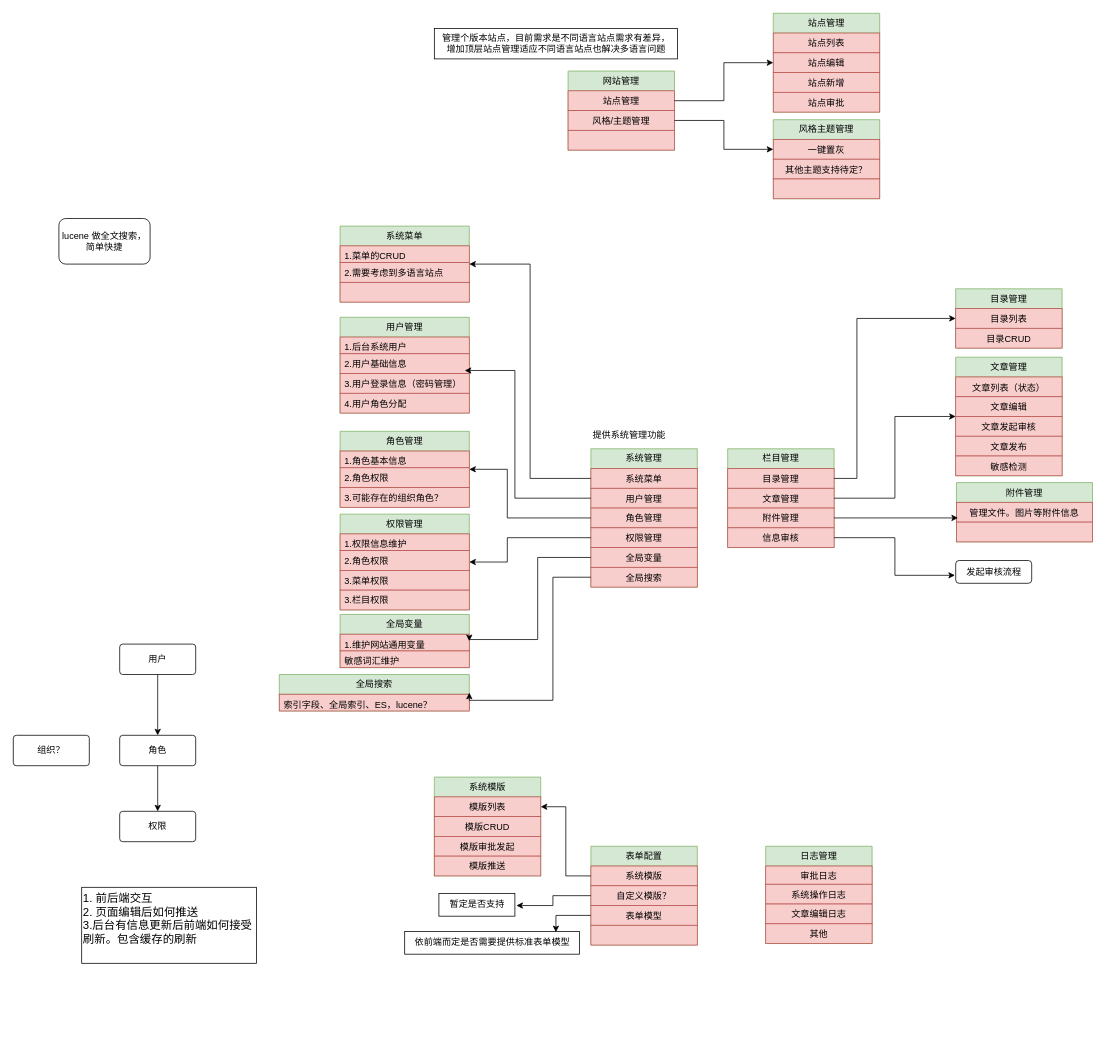
Before: page "CMS技术架构" (3 of 4) of design-uml/thought work.drawio in alvin-zj/MyUml, a draw.io diagram. Source tidied: cells renumbered, new cells numbered last; positions are measured from the earlier drawing's top-left corner, leaving out a move shared by most shapes. Both pictures are drawn from the tidied source at 76%, with x=0, y=0 at pixel (13, 13).
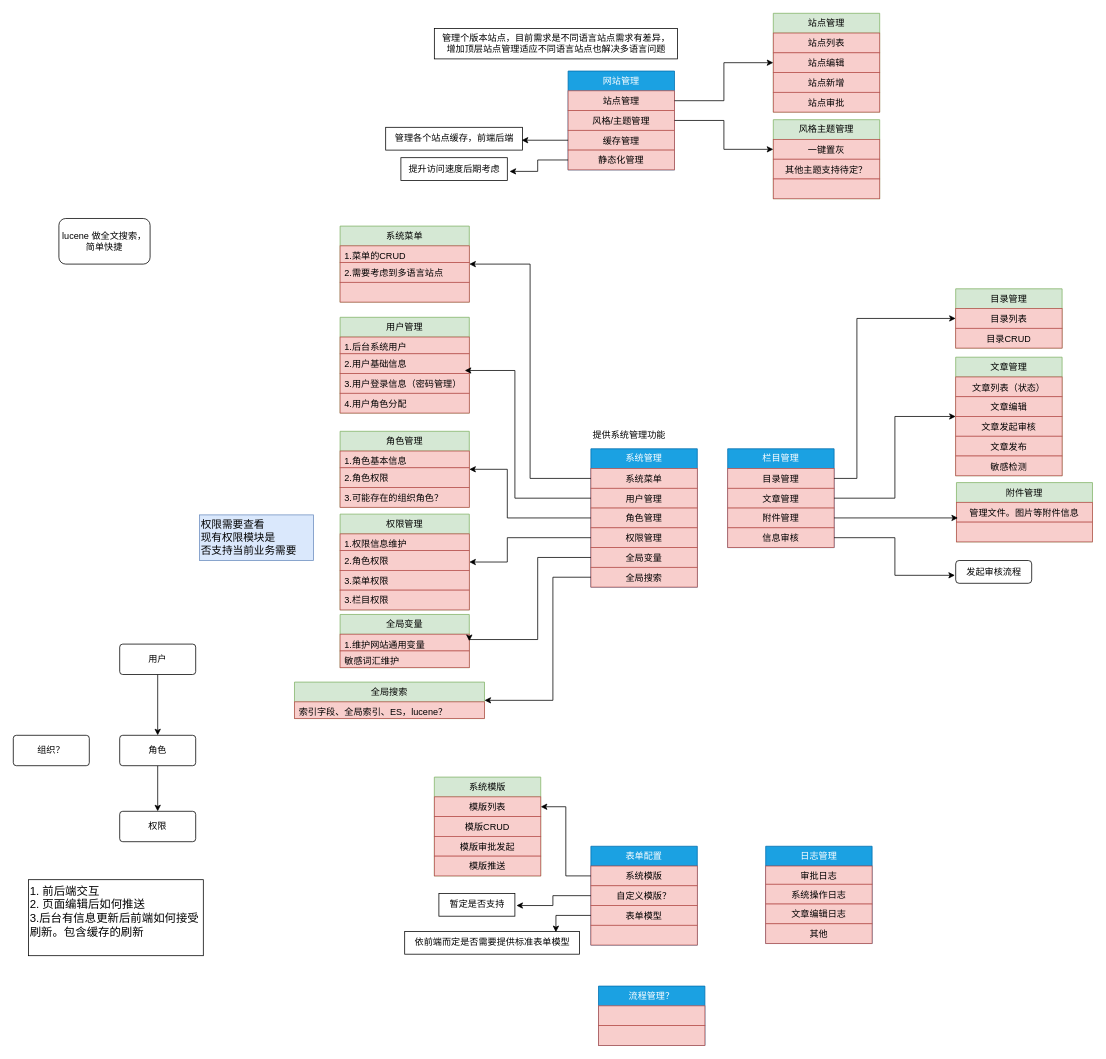
The same diagram, later.

Diff of the diagram source:
```diff
@@
-    <mxCell id="2" value="系统管理" style="swimlane;fontStyle=0;horizontal=1;startSize=26;fillColor=#d5e8d4;whiteSpace=wrap;html=1;strokeColor=#82b366;" parent="1" vertex="1">
+    <mxCell id="2" value="系统管理" style="swimlane;fontStyle=0;horizontal=1;startSize=26;fillColor=#1ba1e2;whiteSpace=wrap;html=1;strokeColor=#006EAF;fontColor=#ffffff;" parent="1" vertex="1">
       <mxGeometry x="760" y="573" width="140" height="182" as="geometry" />
     </mxCell>
@@
-    <mxCell id="9" value="网站管理" style="swimlane;fontStyle=0;horizontal=1;startSize=26;fillColor=#d5e8d4;whiteSpace=wrap;html=1;strokeColor=#82b366;" parent="1" vertex="1">
-      <mxGeometry x="730" y="76" width="140" height="104" as="geometry" />
+    <mxCell id="9" value="网站管理" style="swimlane;fontStyle=0;horizontal=1;startSize=26;fillColor=#1ba1e2;whiteSpace=wrap;html=1;strokeColor=#006EAF;fontColor=#ffffff;" parent="1" vertex="1">
+      <mxGeometry x="730" y="76" width="140" height="130" as="geometry" />
     </mxCell>
@@
-    <mxCell id="12" style="text;strokeColor=#b85450;fillColor=#f8cecc;align=center;verticalAlign=top;spacingLeft=4;spacingRight=4;overflow=hidden;points=[[0,0.5],[1,0.5]];portConstraint=eastwest;whiteSpace=wrap;html=1;" parent="9" vertex="1">
+    <mxCell id="12" value="缓存管理" style="text;strokeColor=#b85450;fillColor=#f8cecc;align=center;verticalAlign=top;spacingLeft=4;spacingRight=4;overflow=hidden;points=[[0,0.5],[1,0.5]];portConstraint=eastwest;whiteSpace=wrap;html=1;" parent="9" vertex="1">
       <mxGeometry y="78" width="140" height="26" as="geometry" />
     </mxCell>
+    <mxCell id="105" value="静态化管理" style="text;strokeColor=#b85450;fillColor=#f8cecc;align=center;verticalAlign=top;spacingLeft=4;spacingRight=4;overflow=hidden;points=[[0,0.5],[1,0.5]];portConstraint=eastwest;whiteSpace=wrap;html=1;" parent="9" vertex="1">
+      <mxGeometry y="104" width="140" height="26" as="geometry" />
+    </mxCell>
-    <mxCell id="13" value="栏目管理" style="swimlane;fontStyle=0;horizontal=1;startSize=26;fillColor=#d5e8d4;whiteSpace=wrap;html=1;strokeColor=#82b366;" parent="1" vertex="1">
+    <mxCell id="13" value="栏目管理" style="swimlane;fontStyle=0;horizontal=1;startSize=26;fillColor=#1ba1e2;whiteSpace=wrap;html=1;strokeColor=#006EAF;fontColor=#ffffff;" parent="1" vertex="1">
       <mxGeometry x="940" y="573" width="140" height="130" as="geometry" />
     </mxCell>
@@
-    <mxCell id="18" value="表单配置" style="swimlane;fontStyle=0;horizontal=1;startSize=26;fillColor=#d5e8d4;whiteSpace=wrap;html=1;strokeColor=#82b366;" parent="1" vertex="1">
+    <mxCell id="18" value="表单配置" style="swimlane;fontStyle=0;horizontal=1;startSize=26;fillColor=#1ba1e2;whiteSpace=wrap;html=1;strokeColor=#006EAF;fontColor=#ffffff;" parent="1" vertex="1">
       <mxGeometry x="760" y="1096" width="140" height="130" as="geometry" />
     </mxCell>
@@
     <mxCell id="59" value="全局搜索" style="swimlane;fontStyle=0;horizontal=1;startSize=26;fillColor=#d5e8d4;whiteSpace=wrap;html=1;strokeColor=#82b366;" parent="1" vertex="1">
-      <mxGeometry x="350" y="870" width="250" height="48" as="geometry" />
+      <mxGeometry x="370" y="880" width="250" height="48" as="geometry" />
     </mxCell>
@@
     <mxCell id="65" value="1. 前后端交互&lt;div&gt;2. 页面编辑后如何推送&lt;/div&gt;&lt;div&gt;3.后台有信息更新后前端如何接受刷新。包含缓存的刷新&lt;/div&gt;&lt;div&gt;&lt;br&gt;&lt;/div&gt;" style="whiteSpace=wrap;html=1;align=left;fontSize=15;" parent="1" vertex="1">
-      <mxGeometry x="90" y="1150" width="230" height="100" as="geometry" />
+      <mxGeometry x="20" y="1140" width="230" height="100" as="geometry" />
     </mxCell>
@@
-    <mxCell id="99" value="日志管理" style="swimlane;fontStyle=0;horizontal=1;startSize=26;fillColor=#d5e8d4;whiteSpace=wrap;html=1;strokeColor=#82b366;" parent="1" vertex="1">
+    <mxCell id="99" value="日志管理" style="swimlane;fontStyle=0;horizontal=1;startSize=26;fillColor=#1ba1e2;whiteSpace=wrap;html=1;strokeColor=#006EAF;fontColor=#ffffff;" parent="1" vertex="1">
       <mxGeometry x="990" y="1096" width="140" height="128" as="geometry" />
     </mxCell>
@@
+    <mxCell id="106" value="权限需要查看&lt;div&gt;现有权限模块是&lt;/div&gt;&lt;div&gt;否支持当前业务需要&lt;/div&gt;" style="text;html=1;align=left;verticalAlign=middle;strokeColor=#6c8ebf;fillColor=#dae8fc;fontSize=14;" parent="1" vertex="1">
+      <mxGeometry x="245" y="660" width="150" height="60" as="geometry" />
+    </mxCell>
+    <mxCell id="107" value="管理各个站点缓存，前端后端" style="text;html=1;align=center;verticalAlign=middle;points=[];strokeColor=default;fillColor=none;" parent="1" vertex="1">
+      <mxGeometry x="490" y="150" width="180" height="30" as="geometry" />
+    </mxCell>
+    <mxCell id="108" style="edgeStyle=orthogonalEdgeStyle;rounded=0;jettySize=auto;html=1;entryX=0.994;entryY=0.567;entryDx=0;entryDy=0;entryPerimeter=0;" parent="1" edge="1" source="12" target="107">
+      <mxGeometry relative="1" as="geometry" />
+    </mxCell>
+    <mxCell id="109" value="提升访问速度后期考虑" style="text;html=1;align=center;verticalAlign=middle;points=[];strokeColor=default;fillColor=none;" parent="1" vertex="1">
+      <mxGeometry x="510" y="190" width="140" height="30" as="geometry" />
+    </mxCell>
+    <mxCell id="110" style="edgeStyle=orthogonalEdgeStyle;rounded=0;jettySize=auto;html=1;entryX=1.021;entryY=0.6;entryDx=0;entryDy=0;entryPerimeter=0;" parent="1" edge="1" source="105" target="109">
+      <mxGeometry relative="1" as="geometry" />
+    </mxCell>
+    <mxCell id="111" value="流程管理？" style="swimlane;fontStyle=0;horizontal=1;startSize=26;fillColor=#1ba1e2;whiteSpace=wrap;html=1;strokeColor=#006EAF;fontColor=#ffffff;" parent="1" vertex="1">
+      <mxGeometry x="770" y="1280" width="140" height="78" as="geometry" />
+    </mxCell>
+    <mxCell id="112" style="text;strokeColor=#b85450;fillColor=#f8cecc;align=center;verticalAlign=top;spacingLeft=4;spacingRight=4;overflow=hidden;whiteSpace=wrap;html=1;" parent="111" vertex="1">
+      <mxGeometry y="26" width="140" height="26" as="geometry" />
+    </mxCell>
+    <mxCell id="113" style="text;strokeColor=#b85450;fillColor=#f8cecc;align=center;verticalAlign=top;spacingLeft=4;spacingRight=4;overflow=hidden;whiteSpace=wrap;html=1;" parent="111" vertex="1">
+      <mxGeometry y="52" width="140" height="26" as="geometry" />
+    </mxCell>
```
